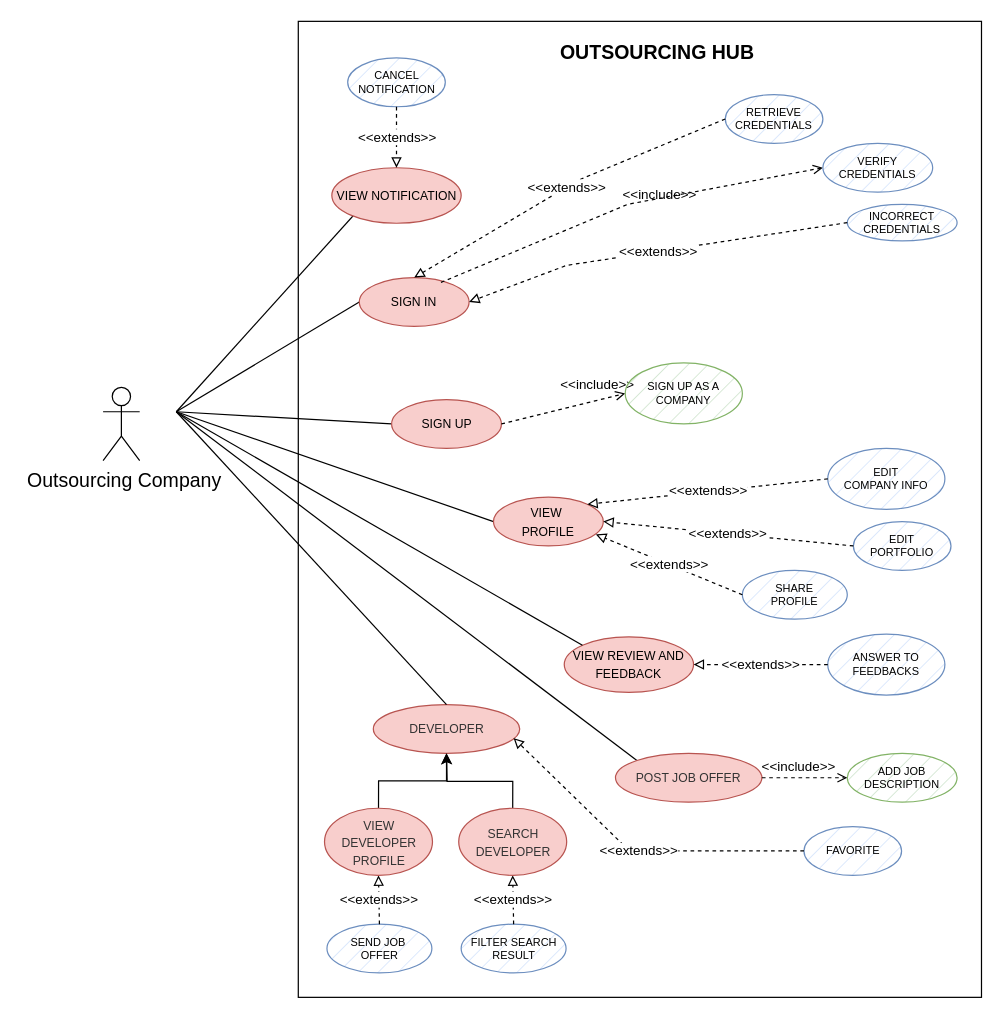
This is use_cases/use_cases_company.drawio from mattiadanisi00/ids, a draw.io file, before an edit. Source tidied: cells renumbered, new cells numbered last; positions are measured from the earlier drawing's top-left corner, leaving out a move shared by most shapes. Both pictures are drawn from the tidied source at 122%, with x=0, y=0 at pixel (102, 21).
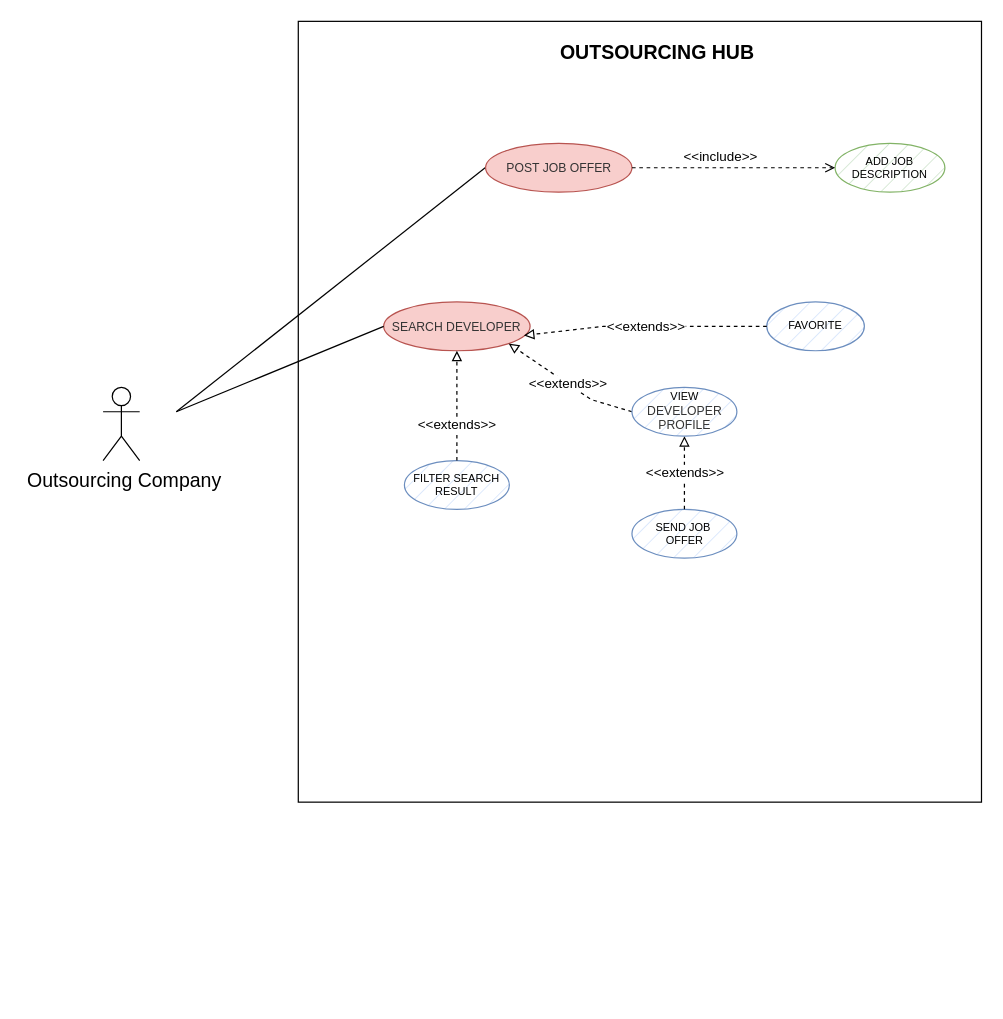
The same page after the edit.

Diff of the diagram source:
```diff
@@
     <mxCell id="2" style="rounded=0;whiteSpace=wrap;html=1;" parent="1" vertex="1">
-      <mxGeometry x="160" width="560" height="800" as="geometry" />
+      <mxGeometry x="160" width="560" height="640" as="geometry" />
     </mxCell>
@@
-    <mxCell id="4" style="edgeStyle=none;rounded=0;jettySize=auto;html=1;entryX=0;entryY=0.5;entryDx=0;entryDy=0;startArrow=none;startFill=0;strokeColor=default;endArrow=none;endFill=0;strokeWidth=1;" parent="1" edge="1" target="8">
-      <mxGeometry relative="1" as="geometry">
-        <mxPoint x="60" y="320" as="sourcePoint" />
-      </mxGeometry>
-    </mxCell>
-    <mxCell id="5" style="edgeStyle=none;rounded=0;jettySize=auto;html=1;entryX=0;entryY=0.5;entryDx=0;entryDy=0;strokeColor=default;strokeWidth=1;startArrow=none;startFill=0;endArrow=none;endFill=0;" parent="1" edge="1" target="11">
-      <mxGeometry relative="1" as="geometry">
-        <mxPoint x="60" y="320" as="sourcePoint" />
-      </mxGeometry>
-    </mxCell>
-    <mxCell id="6" style="edgeStyle=none;rounded=0;jettySize=auto;html=1;entryX=0;entryY=0.5;entryDx=0;entryDy=0;strokeColor=default;strokeWidth=1;fontSize=10;startArrow=none;startFill=0;endArrow=none;endFill=0;" parent="1" edge="1" target="12">
-      <mxGeometry relative="1" as="geometry">
-        <mxPoint x="60" y="320" as="sourcePoint" />
-      </mxGeometry>
-    </mxCell>
@@
-    <mxCell id="8" value="&lt;font style=&quot;font-size: 10px;&quot;&gt;SIGN IN&lt;/font&gt;" style="ellipse;whiteSpace=wrap;html=1;fillColor=#f8cecc;strokeColor=#b85450;" parent="1" vertex="1">
-      <mxGeometry x="210" y="210" width="90" height="40" as="geometry" />
-    </mxCell>
-    <mxCell id="9" value="&lt;font style=&quot;font-size: 9px;&quot;&gt;INCORRECT&lt;br style=&quot;font-size: 9px;&quot;&gt;CREDENTIALS&lt;/font&gt;" style="ellipse;whiteSpace=wrap;html=1;fillColor=#dae8fc;strokeColor=#6c8ebf;fontSize=9;strokeWidth=1;fillStyle=hatch;" parent="1" vertex="1">
-      <mxGeometry x="610" y="150" width="90" height="30" as="geometry" />
-    </mxCell>
-    <mxCell id="10" value="&amp;lt;&amp;lt;extends&amp;gt;&amp;gt;" style="endArrow=block;endFill=0;html=1;rounded=0;dashed=1;exitX=0;exitY=0.5;exitDx=0;exitDy=0;entryX=1;entryY=0.5;entryDx=0;entryDy=0;" parent="1" edge="1" source="9" target="8">
-      <mxGeometry x="-0.01" relative="1" as="geometry">
-        <Array as="points">
-          <mxPoint x="380" y="200" />
-        </Array>
-      </mxGeometry>
-    </mxCell>
-    <mxCell id="11" value="&lt;font style=&quot;font-size: 10px;&quot;&gt;SIGN UP&lt;/font&gt;" style="ellipse;whiteSpace=wrap;html=1;fillColor=#f8cecc;strokeColor=#b85450;" parent="1" vertex="1">
-      <mxGeometry x="236.5" y="310" width="90" height="40" as="geometry" />
-    </mxCell>
-    <mxCell id="12" value="&lt;font style=&quot;font-size: 10px;&quot;&gt;VIEW&amp;nbsp;&lt;br&gt;PROFILE&lt;/font&gt;" style="ellipse;whiteSpace=wrap;html=1;fillColor=#f8cecc;strokeColor=#b85450;" parent="1" vertex="1">
-      <mxGeometry x="320" y="390" width="90" height="40" as="geometry" />
-    </mxCell>
-    <mxCell id="13" value="&lt;font style=&quot;font-size: 9px;&quot;&gt;EDIT&lt;br style=&quot;font-size: 9px;&quot;&gt;COMPANY INFO&lt;br style=&quot;font-size: 9px;&quot;&gt;&lt;/font&gt;" style="ellipse;whiteSpace=wrap;html=1;fillColor=#dae8fc;strokeColor=#6c8ebf;fontSize=9;strokeWidth=1;fillStyle=hatch;" parent="1" vertex="1">
-      <mxGeometry x="594" y="350" width="96" height="50" as="geometry" />
-    </mxCell>
-    <mxCell id="14" value="&lt;font style=&quot;font-size: 9px;&quot;&gt;RETRIEVE&lt;br style=&quot;font-size: 9px;&quot;&gt;CREDENTIALS&lt;/font&gt;" style="ellipse;whiteSpace=wrap;html=1;fillColor=#dae8fc;strokeColor=#6c8ebf;fontSize=9;strokeWidth=1;fillStyle=hatch;" parent="1" vertex="1">
-      <mxGeometry x="510" y="60" width="80" height="40" as="geometry" />
-    </mxCell>
-    <mxCell id="15" value="&amp;lt;&amp;lt;extends&amp;gt;&amp;gt;" style="endArrow=block;endFill=0;html=1;rounded=0;dashed=1;exitX=0;exitY=0.5;exitDx=0;exitDy=0;entryX=0.5;entryY=0;entryDx=0;entryDy=0;" parent="1" edge="1" source="14" target="8">
-      <mxGeometry x="-0.01" relative="1" as="geometry">
-        <Array as="points">
-          <mxPoint x="390" y="130" />
-        </Array>
-      </mxGeometry>
-    </mxCell>
-    <mxCell id="16" value="&lt;font style=&quot;font-size: 9px;&quot;&gt;EDIT&lt;br style=&quot;font-size: 9px;&quot;&gt;PORTFOLIO&lt;br style=&quot;font-size: 9px;&quot;&gt;&lt;/font&gt;" style="ellipse;whiteSpace=wrap;html=1;fillColor=#dae8fc;strokeColor=#6c8ebf;fontSize=9;strokeWidth=1;fillStyle=hatch;" parent="1" vertex="1">
-      <mxGeometry x="615" y="410" width="80" height="40" as="geometry" />
-    </mxCell>
-    <mxCell id="17" value="&amp;lt;&amp;lt;extends&amp;gt;&amp;gt;" style="endArrow=block;endFill=0;html=1;rounded=0;dashed=1;exitX=0;exitY=0.5;exitDx=0;exitDy=0;entryX=1;entryY=0;entryDx=0;entryDy=0;" parent="1" edge="1" source="13" target="12">
-      <mxGeometry relative="1" as="geometry" />
-    </mxCell>
-    <mxCell id="18" value="&amp;lt;&amp;lt;extends&amp;gt;&amp;gt;" style="endArrow=block;endFill=0;html=1;rounded=0;dashed=1;exitX=0;exitY=0.5;exitDx=0;exitDy=0;entryX=1;entryY=0.5;entryDx=0;entryDy=0;" parent="1" edge="1" source="16" target="12">
-      <mxGeometry relative="1" as="geometry" />
-    </mxCell>
-    <mxCell id="19" value="&amp;lt;&amp;lt;include&amp;gt;&amp;gt;" style="html=1;verticalAlign=bottom;labelBackgroundColor=none;endArrow=open;endFill=0;dashed=1;rounded=0;exitX=0.744;exitY=0.1;exitDx=0;exitDy=0;exitPerimeter=0;entryX=0;entryY=0.5;entryDx=0;entryDy=0;" parent="1" edge="1" source="8" target="20">
-      <mxGeometry x="0.16" y="-6" relative="1" as="geometry">
-        <Array as="points">
-          <mxPoint x="430" y="150" />
-        </Array>
-      </mxGeometry>
-    </mxCell>
-    <mxCell id="20" value="&lt;font style=&quot;font-size: 9px;&quot;&gt;VERIFY CREDENTIALS&lt;/font&gt;" style="ellipse;whiteSpace=wrap;html=1;fillColor=#dae8fc;strokeColor=#6c8ebf;fontSize=9;strokeWidth=1;fillStyle=hatch;" parent="1" vertex="1">
-      <mxGeometry x="590" y="100" width="90" height="40" as="geometry" />
-    </mxCell>
-    <mxCell id="21" value="&lt;font size=&quot;1&quot;&gt;VIEW REVIEW AND FEEDBACK&lt;/font&gt;" style="ellipse;whiteSpace=wrap;html=1;fillColor=#f8cecc;strokeColor=#b85450;" parent="1" vertex="1">
-      <mxGeometry x="378" y="504.5" width="106" height="45.5" as="geometry" />
-    </mxCell>
-    <mxCell id="22" style="edgeStyle=none;rounded=0;jettySize=auto;html=1;exitX=0;exitY=0;exitDx=0;exitDy=0;strokeColor=default;strokeWidth=1;fontSize=10;startArrow=none;startFill=0;endArrow=none;endFill=0;" parent="1" edge="1" source="21">
-      <mxGeometry relative="1" as="geometry">
-        <mxPoint x="60" y="320" as="targetPoint" />
-      </mxGeometry>
-    </mxCell>
-    <mxCell id="23" value="&lt;font style=&quot;font-size: 9px;&quot;&gt;ANSWER TO&lt;br&gt;FEEDBACKS&lt;br style=&quot;font-size: 9px;&quot;&gt;&lt;/font&gt;" style="ellipse;whiteSpace=wrap;html=1;fillColor=#dae8fc;strokeColor=#6c8ebf;fontSize=9;strokeWidth=1;fillStyle=hatch;" parent="1" vertex="1">
-      <mxGeometry x="594" y="502.2" width="96" height="50" as="geometry" />
-    </mxCell>
-    <mxCell id="24" value="&amp;lt;&amp;lt;extends&amp;gt;&amp;gt;" style="endArrow=block;endFill=0;html=1;rounded=0;dashed=1;exitX=0;exitY=0.5;exitDx=0;exitDy=0;entryX=1;entryY=0.5;entryDx=0;entryDy=0;" parent="1" edge="1" source="23" target="21">
-      <mxGeometry relative="1" as="geometry" />
-    </mxCell>
-    <mxCell id="25" value="&amp;lt;&amp;lt;include&amp;gt;&amp;gt;" style="html=1;verticalAlign=bottom;labelBackgroundColor=none;endArrow=open;endFill=0;dashed=1;rounded=0;exitX=1;exitY=0.5;exitDx=0;exitDy=0;entryX=0;entryY=0.5;entryDx=0;entryDy=0;" parent="1" edge="1" source="11" target="26">
-      <mxGeometry x="0.57" y="4" relative="1" as="geometry" />
-    </mxCell>
-    <mxCell id="26" value="&lt;font style=&quot;font-size: 9px;&quot;&gt;SIGN UP AS A COMPANY&lt;br style=&quot;font-size: 9px;&quot;&gt;&lt;/font&gt;" style="ellipse;whiteSpace=wrap;html=1;fillColor=#d5e8d4;strokeColor=#82b366;fontSize=9;strokeWidth=1;fillStyle=hatch;" parent="1" vertex="1">
-      <mxGeometry x="428" y="280" width="96" height="50" as="geometry" />
-    </mxCell>
@@
     <mxCell id="28" value="&lt;font size=&quot;1&quot; color=&quot;#333333&quot;&gt;POST JOB OFFER&lt;/font&gt;" style="ellipse;whiteSpace=wrap;html=1;fillColor=#f8cecc;strokeColor=#b85450;" parent="1" vertex="1">
-      <mxGeometry x="420" y="600" width="120" height="40" as="geometry" />
+      <mxGeometry x="313.5" y="100" width="120" height="40" as="geometry" />
     </mxCell>
     <mxCell id="29" value="&lt;font style=&quot;font-size: 9px;&quot;&gt;ADD JOB&lt;br&gt;DESCRIPTION&lt;br style=&quot;font-size: 9px;&quot;&gt;&lt;/font&gt;" style="ellipse;whiteSpace=wrap;html=1;fillColor=#d5e8d4;strokeColor=#82b366;fontSize=9;strokeWidth=1;fillStyle=hatch;" parent="1" vertex="1">
-      <mxGeometry x="610" y="600" width="90" height="40" as="geometry" />
+      <mxGeometry x="600" y="100" width="90" height="40" as="geometry" />
     </mxCell>
@@
-    <mxCell id="31" style="edgeStyle=none;rounded=0;jettySize=auto;html=1;strokeColor=default;strokeWidth=1;fontSize=10;startArrow=none;startFill=0;endArrow=none;endFill=0;exitX=0.5;exitY=0;exitDx=0;exitDy=0;" parent="1" edge="1" source="32">
-      <mxGeometry relative="1" as="geometry">
-        <mxPoint x="60" y="320" as="targetPoint" />
-      </mxGeometry>
-    </mxCell>
-    <mxCell id="32" value="&lt;font size=&quot;1&quot;&gt;VIEW NOTIFICATION&lt;/font&gt;" style="ellipse;whiteSpace=wrap;html=1;fillColor=#f8cecc;strokeColor=#b85450;" parent="1" vertex="1">
-      <mxGeometry x="187.5" y="120" width="106" height="45.5" as="geometry" />
-    </mxCell>
-    <mxCell id="33" value="&lt;span style=&quot;caret-color: rgb(0, 0, 0); font-family: Helvetica; font-size: x-small; font-style: normal; font-variant-caps: normal; font-weight: 400; letter-spacing: normal; text-align: center; text-indent: 0px; text-transform: none; word-spacing: 0px; -webkit-text-stroke-width: 0px; text-decoration: none; float: none; display: inline !important;&quot;&gt;&lt;font color=&quot;#333333&quot;&gt;DEVELOPER&lt;/font&gt;&lt;/span&gt;" style="ellipse;whiteSpace=wrap;html=1;fillColor=#f8cecc;strokeColor=#b85450;" parent="1" vertex="1">
-      <mxGeometry x="221.5" y="560" width="120" height="40" as="geometry" />
+    <mxCell id="33" value="&lt;span style=&quot;caret-color: rgb(0, 0, 0); font-family: Helvetica; font-size: x-small; font-style: normal; font-variant-caps: normal; font-weight: 400; letter-spacing: normal; text-align: center; text-indent: 0px; text-transform: none; word-spacing: 0px; -webkit-text-stroke-width: 0px; text-decoration: none; float: none; display: inline !important;&quot;&gt;&lt;font color=&quot;#333333&quot;&gt;SEARCH DEVELOPER&lt;/font&gt;&lt;/span&gt;" style="ellipse;whiteSpace=wrap;html=1;fillColor=#f8cecc;strokeColor=#b85450;" parent="1" vertex="1">
+      <mxGeometry x="230" y="230" width="120" height="40" as="geometry" />
     </mxCell>
     <mxCell id="34" value="&lt;font style=&quot;font-size: 9px;&quot;&gt;SEND JOB&amp;nbsp;&lt;br&gt;OFFER&lt;br style=&quot;font-size: 9px;&quot;&gt;&lt;/font&gt;" style="ellipse;whiteSpace=wrap;html=1;fillColor=#dae8fc;strokeColor=#6c8ebf;fontSize=9;strokeWidth=1;fillStyle=hatch;" parent="1" vertex="1">
-      <mxGeometry x="183.5" y="740" width="86" height="40" as="geometry" />
+      <mxGeometry x="433.5" y="400" width="86" height="40" as="geometry" />
     </mxCell>
     <mxCell id="35" value="&lt;font style=&quot;font-size: 9px;&quot;&gt;FILTER SEARCH RESULT&lt;br style=&quot;font-size: 9px;&quot;&gt;&lt;/font&gt;" style="ellipse;whiteSpace=wrap;html=1;fillColor=#dae8fc;strokeColor=#6c8ebf;fontSize=9;strokeWidth=1;fillStyle=hatch;" parent="1" vertex="1">
-      <mxGeometry x="293.5" y="740" width="86" height="40" as="geometry" />
+      <mxGeometry x="247" y="360" width="86" height="40" as="geometry" />
     </mxCell>
-    <mxCell id="36" value="&amp;lt;&amp;lt;extends&amp;gt;&amp;gt;" style="endArrow=block;endFill=0;html=1;rounded=0;dashed=1;exitX=0.5;exitY=0;exitDx=0;exitDy=0;entryX=0.5;entryY=1;entryDx=0;entryDy=0;" parent="1" edge="1" source="35" target="43">
-      <mxGeometry relative="1" as="geometry" />
+    <mxCell id="36" value="&amp;lt;&amp;lt;extends&amp;gt;&amp;gt;" style="endArrow=block;endFill=0;html=1;rounded=0;dashed=1;exitX=0.5;exitY=0;exitDx=0;exitDy=0;entryX=0.5;entryY=1;entryDx=0;entryDy=0;" parent="1" edge="1" source="35" target="33">
+      <mxGeometry x="-0.33" relative="1" as="geometry">
+        <mxPoint y="1" as="offset" />
+      </mxGeometry>
     </mxCell>
@@
     <mxCell id="38" value="&lt;font style=&quot;font-size: 9px;&quot;&gt;FAVORITE&lt;br style=&quot;font-size: 9px;&quot;&gt;&lt;/font&gt;" style="ellipse;whiteSpace=wrap;html=1;fillColor=#dae8fc;strokeColor=#6c8ebf;fontSize=9;strokeWidth=1;fillStyle=hatch;" parent="1" vertex="1">
-      <mxGeometry x="574.5" y="660" width="80" height="40" as="geometry" />
+      <mxGeometry x="544" y="230" width="80" height="40" as="geometry" />
     </mxCell>
     <mxCell id="39" value="&amp;lt;&amp;lt;extends&amp;gt;&amp;gt;" style="endArrow=block;endFill=0;html=1;rounded=0;dashed=1;exitX=0;exitY=0.5;exitDx=0;exitDy=0;entryX=0.958;entryY=0.686;entryDx=0;entryDy=0;entryPerimeter=0;" parent="1" edge="1" source="38" target="33">
       <mxGeometry x="-0.01" relative="1" as="geometry">
         <Array as="points">
-          <mxPoint x="431.5" y="680" />
+          <mxPoint x="410" y="250" />
         </Array>
       </mxGeometry>
     </mxCell>
+    <mxCell id="44" style="rounded=0;jettySize=auto;html=1;exitX=0;exitY=0.5;exitDx=0;exitDy=0;endArrow=none;endFill=0;" parent="1" edge="1" source="33">
+      <mxGeometry relative="1" as="geometry">
+        <mxPoint x="60" y="320" as="targetPoint" />
+      </mxGeometry>
+    </mxCell>
-    <mxCell id="40" style="edgeStyle=orthogonalEdgeStyle;rounded=0;jettySize=auto;html=1;exitX=0.5;exitY=0;exitDx=0;exitDy=0;entryX=0.5;entryY=1;entryDx=0;entryDy=0;" parent="1" edge="1" source="41" target="33">
-      <mxGeometry relative="1" as="geometry" />
+    <mxCell id="40" value="&amp;lt;&amp;lt;extends&amp;gt;&amp;gt;" style="endArrow=block;endFill=0;html=1;rounded=0;dashed=1;entryX=1;entryY=1;entryDx=0;entryDy=0;exitX=0;exitY=0.5;exitDx=0;exitDy=0;" parent="1" edge="1" source="41" target="33">
+      <mxGeometry x="-0.01" relative="1" as="geometry">
+        <Array as="points">
+          <mxPoint x="400" y="310" />
+        </Array>
+      </mxGeometry>
     </mxCell>
-    <mxCell id="41" value="&lt;span style=&quot;caret-color: rgb(0, 0, 0); font-family: Helvetica; font-size: x-small; font-style: normal; font-variant-caps: normal; font-weight: 400; letter-spacing: normal; text-align: center; text-indent: 0px; text-transform: none; word-spacing: 0px; -webkit-text-stroke-width: 0px; text-decoration: none; float: none; display: inline !important;&quot;&gt;&lt;font color=&quot;#333333&quot;&gt;VIEW&lt;br&gt;DEVELOPER&lt;br&gt;PROFILE&lt;br&gt;&lt;/font&gt;&lt;/span&gt;" style="ellipse;whiteSpace=wrap;html=1;fillColor=#f8cecc;strokeColor=#b85450;" parent="1" vertex="1">
-      <mxGeometry x="181.5" y="645" width="88.5" height="55" as="geometry" />
+    <mxCell id="41" value="&lt;font style=&quot;font-size: 9px;&quot;&gt;VIEW&lt;br style=&quot;border-color: var(--border-color); font-size: 12px; color: rgb(51, 51, 51);&quot;&gt;&lt;span style=&quot;border-color: var(--border-color); color: rgb(51, 51, 51); font-size: x-small;&quot;&gt;DEVELOPER&lt;/span&gt;&lt;br style=&quot;border-color: var(--border-color); font-size: 12px; color: rgb(51, 51, 51);&quot;&gt;&lt;span style=&quot;border-color: var(--border-color); color: rgb(51, 51, 51); font-size: x-small;&quot;&gt;PROFILE&lt;/span&gt;&lt;br style=&quot;font-size: 9px;&quot;&gt;&lt;/font&gt;" style="ellipse;whiteSpace=wrap;html=1;fillColor=#dae8fc;strokeColor=#6c8ebf;fontSize=9;strokeWidth=1;fillStyle=hatch;" parent="1" vertex="1">
+      <mxGeometry x="433.5" y="300" width="86" height="40" as="geometry" />
     </mxCell>
-    <mxCell id="42" style="edgeStyle=orthogonalEdgeStyle;rounded=0;jettySize=auto;html=1;exitX=0.5;exitY=0;exitDx=0;exitDy=0;" parent="1" edge="1" source="43">
-      <mxGeometry relative="1" as="geometry">
-        <mxPoint x="281.5" y="600" as="targetPoint" />
-      </mxGeometry>
-    </mxCell>
-    <mxCell id="43" value="&lt;span style=&quot;caret-color: rgb(0, 0, 0); font-family: Helvetica; font-size: x-small; font-style: normal; font-variant-caps: normal; font-weight: 400; letter-spacing: normal; text-align: center; text-indent: 0px; text-transform: none; word-spacing: 0px; -webkit-text-stroke-width: 0px; text-decoration: none; float: none; display: inline !important;&quot;&gt;&lt;font color=&quot;#333333&quot;&gt;SEARCH&lt;br&gt;DEVELOPER&lt;br&gt;&lt;/font&gt;&lt;/span&gt;" style="ellipse;whiteSpace=wrap;html=1;fillColor=#f8cecc;strokeColor=#b85450;" parent="1" vertex="1">
-      <mxGeometry x="291.5" y="645" width="88.5" height="55" as="geometry" />
-    </mxCell>
-    <mxCell id="44" style="rounded=0;jettySize=auto;html=1;exitX=0.5;exitY=0;exitDx=0;exitDy=0;endArrow=none;endFill=0;" parent="1" edge="1" source="33">
-      <mxGeometry relative="1" as="geometry">
-        <mxPoint x="60" y="320" as="targetPoint" />
-      </mxGeometry>
-    </mxCell>
-    <mxCell id="45" value="CANCEL&lt;br&gt;NOTIFICATION" style="ellipse;whiteSpace=wrap;html=1;fillColor=#dae8fc;strokeColor=#6c8ebf;fontSize=9;strokeWidth=1;fillStyle=hatch;" parent="1" vertex="1">
-      <mxGeometry x="200.5" y="30" width="80" height="40" as="geometry" />
-    </mxCell>
-    <mxCell id="46" value="&amp;lt;&amp;lt;extends&amp;gt;&amp;gt;" style="endArrow=block;endFill=0;html=1;rounded=0;dashed=1;exitX=0.5;exitY=1;exitDx=0;exitDy=0;entryX=0.5;entryY=0;entryDx=0;entryDy=0;" parent="1" edge="1" source="45" target="32">
-      <mxGeometry x="-0.01" relative="1" as="geometry" />
-    </mxCell>
-    <mxCell id="47" value="&lt;font style=&quot;font-size: 9px;&quot;&gt;SHARE&lt;br&gt;PROFILE&lt;br style=&quot;font-size: 9px;&quot;&gt;&lt;/font&gt;" style="ellipse;whiteSpace=wrap;html=1;fillColor=#dae8fc;strokeColor=#6c8ebf;fontSize=9;strokeWidth=1;fillStyle=hatch;" parent="1" vertex="1">
-      <mxGeometry x="524" y="450" width="86" height="40" as="geometry" />
-    </mxCell>
-    <mxCell id="48" value="&amp;lt;&amp;lt;extends&amp;gt;&amp;gt;" style="endArrow=block;endFill=0;html=1;rounded=0;dashed=1;exitX=0;exitY=0.5;exitDx=0;exitDy=0;entryX=0.933;entryY=0.763;entryDx=0;entryDy=0;entryPerimeter=0;" parent="1" edge="1" source="47" target="12">
-      <mxGeometry relative="1" as="geometry" />
-    </mxCell>
```
